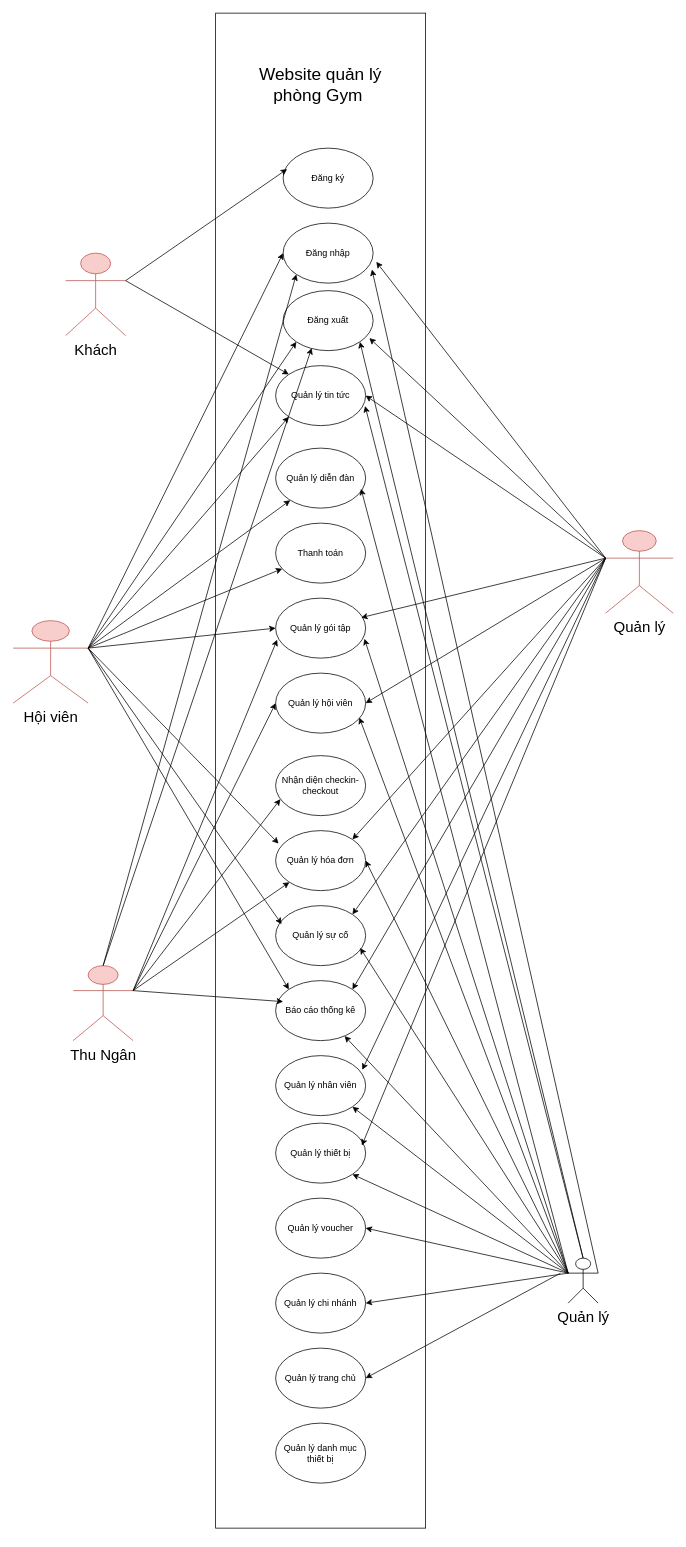
Earlier version of the draw.io diagram SoDo/UseCase tổng quát.drawio (NguyenVanTruongdv/LuanVan). Source tidied: cells renumbered, new cells numbered last; positions are measured from the earlier drawing's top-left corner, leaving out a move shared by most shapes. Both pictures are drawn from the tidied source at 75%, with x=0, y=0 at pixel (13, 13).
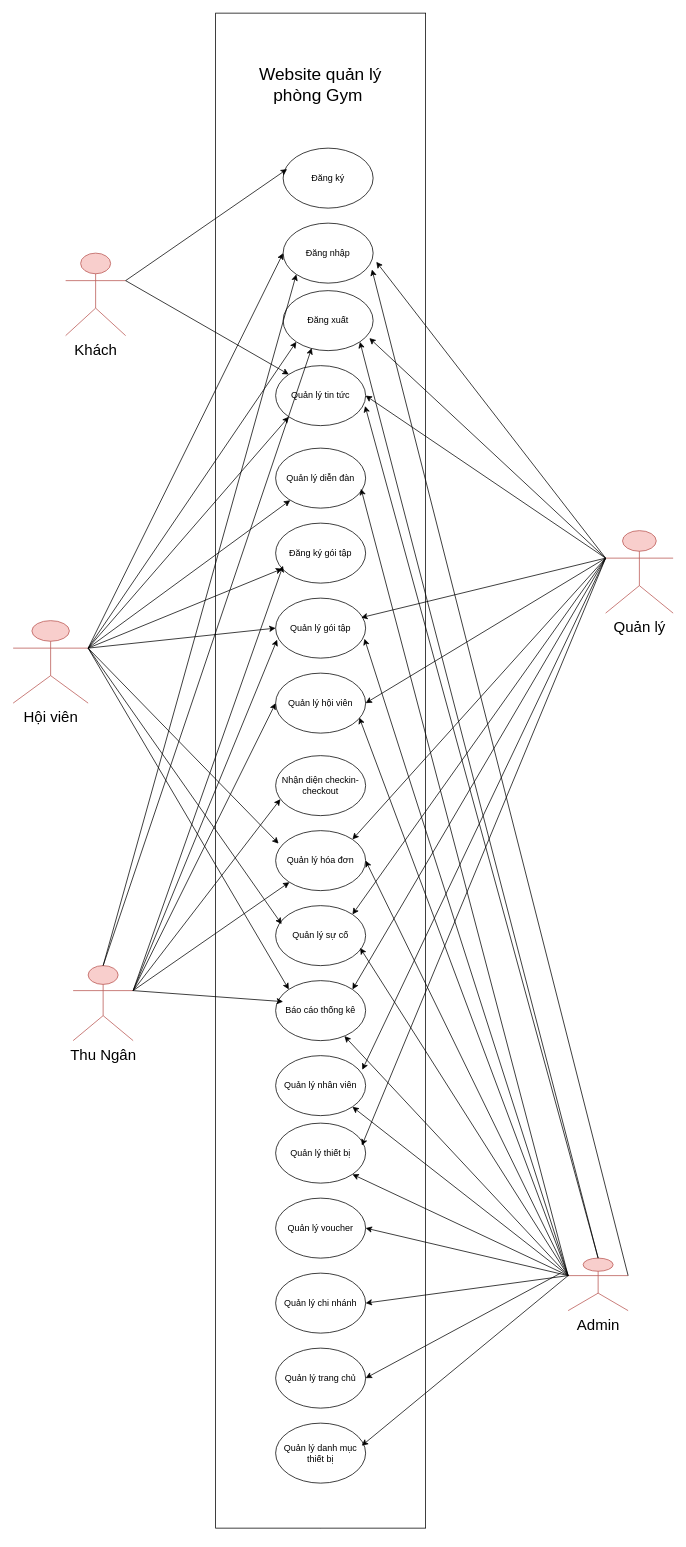
Above is the later version.

The change refers to these unchanged cells:
```xml
<mxCell id="19" value="Quản lý danh mục thiết bị" style="ellipse;whiteSpace=wrap;html=1;shapeInside=1;" parent="1" vertex="1">
  <mxGeometry x="350" y="1880" width="120" height="80" as="geometry" />
</mxCell>
<mxCell id="25" value="&lt;font style=&quot;font-size: 20px;&quot;&gt;Hội viên&lt;/font&gt;" style="shape=umlActor;verticalLabelPosition=bottom;verticalAlign=top;html=1;outlineConnect=0;fillColor=#f8cecc;strokeColor=#b85450;" parent="1" vertex="1">
  <mxGeometry y="810" width="100" height="110" as="geometry" />
</mxCell>
<mxCell id="34" value="&lt;font style=&quot;font-size: 20px;&quot;&gt;Thu Ngân&lt;/font&gt;" style="shape=umlActor;verticalLabelPosition=bottom;verticalAlign=top;html=1;outlineConnect=0;fillColor=#f8cecc;strokeColor=#b85450;" parent="1" vertex="1">
  <mxGeometry x="80" y="1270" width="80" height="100" as="geometry" />
</mxCell>
```

The edit, as a diff of the source:
```diff
@@
-    <mxCell id="6" value="Thanh toán" style="ellipse;whiteSpace=wrap;html=1;shapeInside=1;" parent="1" vertex="1">
-      <mxGeometry x="350" y="680" width="120" height="80" as="geometry" />
-    </mxCell>
@@
-    <mxCell id="28" style="endArrow=classic;html=1;rounded=0;exitX=1;exitY=0.3333333333333333;exitDx=0;exitDy=0;exitPerimeter=0;" parent="1" edge="1" source="25" target="6">
-      <mxGeometry relative="1" as="geometry" />
-    </mxCell>
@@
-    <mxCell id="52" value="&lt;span style=&quot;font-size: 20px;&quot;&gt;Quản lý&lt;/span&gt;" style="shape=umlActor;verticalLabelPosition=bottom;verticalAlign=top;html=1;outlineConnect=0;" parent="1" vertex="1">
-      <mxGeometry x="740" y="1660" width="40" height="60" as="geometry" />
+    <mxCell id="52" value="&lt;span style=&quot;font-size: 20px;&quot;&gt;Admin&lt;/span&gt;" style="shape=umlActor;verticalLabelPosition=bottom;verticalAlign=top;html=1;outlineConnect=0;fillColor=#f8cecc;strokeColor=#b85450;" parent="1" vertex="1">
+      <mxGeometry x="740" y="1660" width="80" height="70" as="geometry" />
     </mxCell>
@@
+    <mxCell id="70" value="Đăng ký gói tập" style="ellipse;whiteSpace=wrap;html=1;shapeInside=1;" parent="1" vertex="1">
+      <mxGeometry x="350" y="680" width="120" height="80" as="geometry" />
+    </mxCell>
+    <mxCell id="71" style="endArrow=classic;html=1;rounded=0;exitX=1;exitY=0.3333333333333333;exitDx=0;exitDy=0;exitPerimeter=0;" parent="1" edge="1" source="25" target="70">
+      <mxGeometry relative="1" as="geometry" />
+    </mxCell>
+    <mxCell id="72" style="endArrow=classic;html=1;rounded=0;entryX=0.082;entryY=0.711;entryDx=0;entryDy=0;exitX=1;exitY=0.3333333333333333;exitDx=0;exitDy=0;exitPerimeter=0;entryPerimeter=0;" parent="1" edge="1" source="34" target="70">
+      <mxGeometry relative="1" as="geometry" />
+    </mxCell>
+    <mxCell id="73" style="endArrow=classic;html=1;rounded=0;entryX=0.957;entryY=0.376;entryDx=0;entryDy=0;entryPerimeter=0;exitX=0;exitY=0.3333333333333333;exitDx=0;exitDy=0;exitPerimeter=0;" parent="1" edge="1" source="52" target="19">
+      <mxGeometry relative="1" as="geometry" />
+    </mxCell>
```
